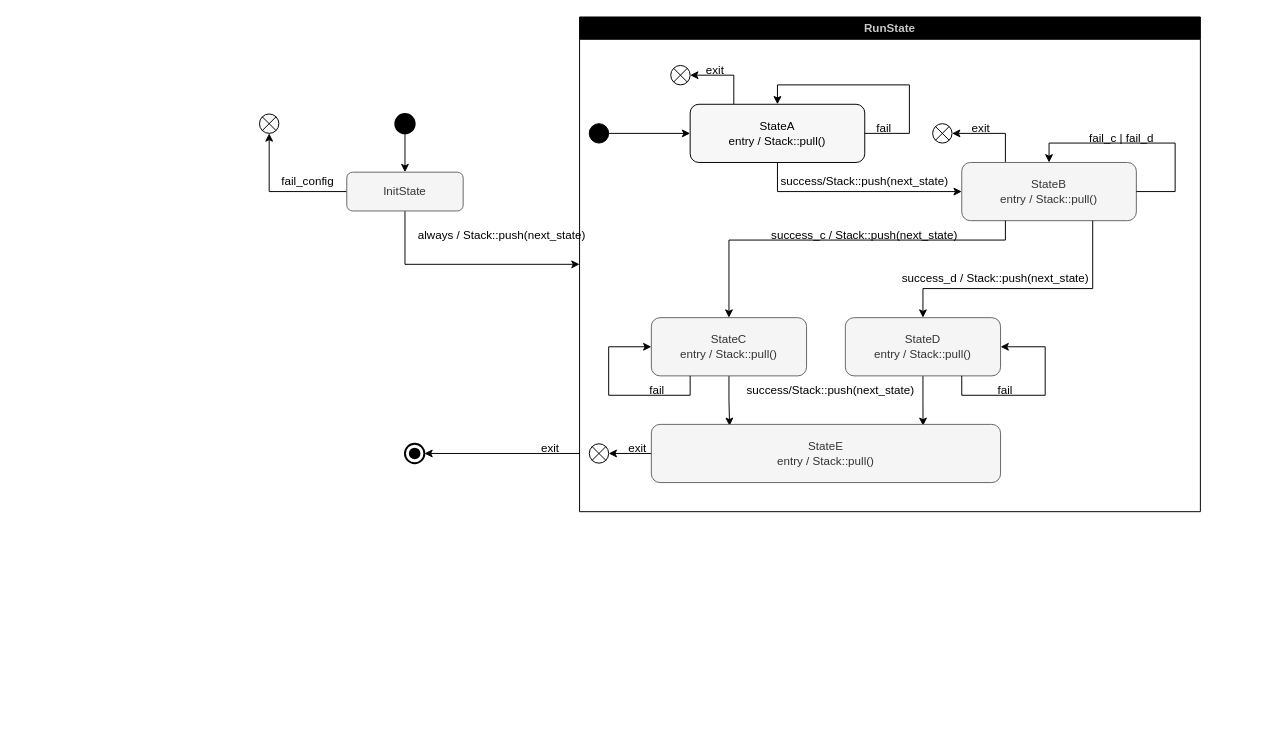
Before: Untitled Diagram.drawio in Mazurovskyi/diagrams, a draw.io diagram. Source tidied: cells renumbered, new cells numbered last; positions are measured from the earlier drawing's top-left corner, leaving out a move shared by most shapes. Both pictures are drawn from the tidied source at 97%, with x=0, y=0 at pixel (240, 16).
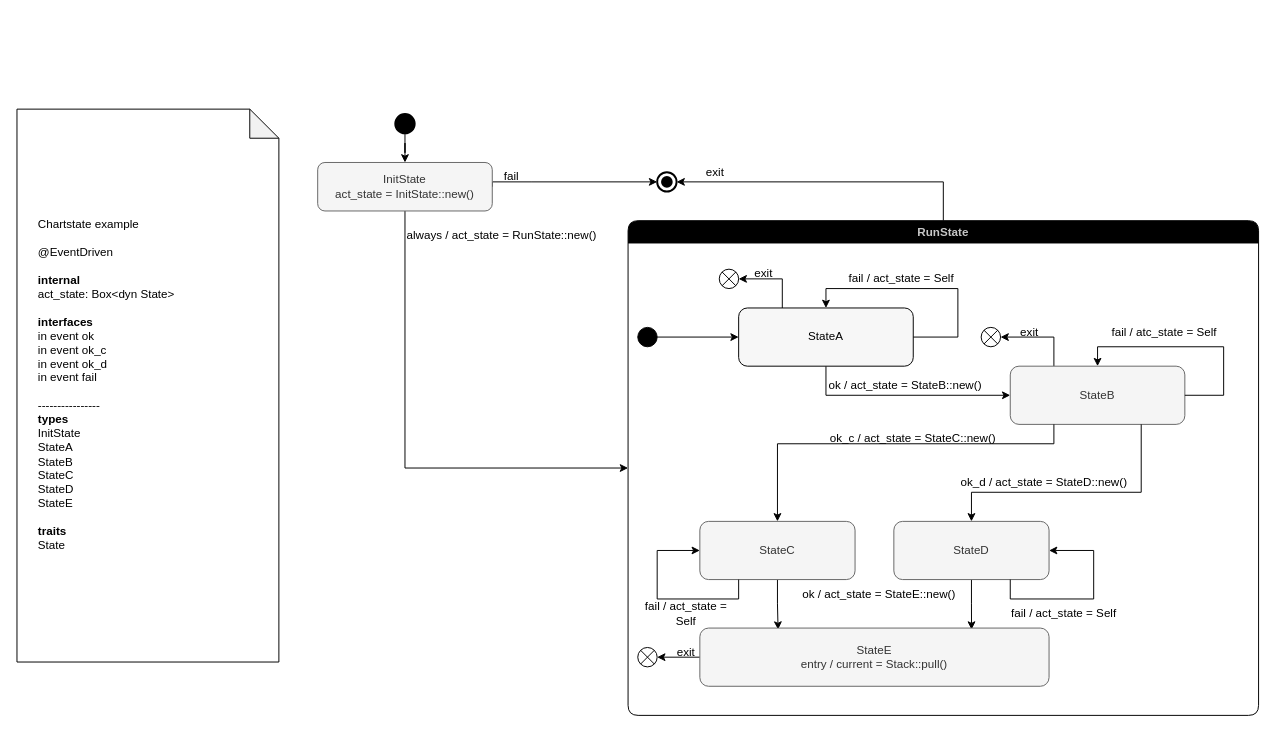
Above is the later version.

Diff of the diagram source:
```diff
@@
-    <mxCell id="2" style="edgeStyle=orthogonalEdgeStyle;rounded=0;jettySize=auto;html=1;exitX=0;exitY=0.5;exitDx=0;exitDy=0;entryX=0.5;entryY=1;entryDx=0;entryDy=0;entryPerimeter=0;fontColor=#000000;" parent="1" edge="1" source="4" target="42">
+    <mxCell id="2" style="edgeStyle=orthogonalEdgeStyle;rounded=0;jettySize=auto;html=1;exitX=1;exitY=0.5;exitDx=0;exitDy=0;entryX=0;entryY=0.5;entryDx=0;entryDy=0;entryPerimeter=0;fontColor=#000000;" parent="1" edge="1" source="4" target="45">
       <mxGeometry relative="1" as="geometry">
         <Array as="points">
-          <mxPoint x="30" y="180" />
+          <mxPoint x="300" y="170" />
+          <mxPoint x="300" y="170" />
         </Array>
       </mxGeometry>
     </mxCell>
@@
-    <mxCell id="4" value="InitState" style="rounded=1;whiteSpace=wrap;html=1;fontSize=12;glass=0;strokeWidth=1;shadow=0;fillColor=#f5f5f5;fontColor=#333333;strokeColor=#666666;" parent="1" vertex="1">
-      <mxGeometry x="110" y="160" width="120" height="40" as="geometry" />
+    <mxCell id="4" value="&lt;div&gt;InitState&lt;/div&gt;&lt;div&gt;act_state = InitState::new()&lt;br&gt;&lt;/div&gt;" style="rounded=1;whiteSpace=wrap;html=1;fontSize=12;glass=0;strokeWidth=1;shadow=0;fillColor=#f5f5f5;fontColor=#333333;strokeColor=#666666;" parent="1" vertex="1">
+      <mxGeometry x="80" y="150" width="180" height="50" as="geometry" />
     </mxCell>
@@
+    <mxCell id="48" style="edgeStyle=orthogonalEdgeStyle;rounded=0;jettySize=auto;html=1;exitX=0.5;exitY=0;exitDx=0;exitDy=0;entryX=1;entryY=0.5;entryDx=0;entryDy=0;entryPerimeter=0;strokeColor=default;fontColor=#000000;startArrow=none;startFill=0;endArrow=classic;endFill=1;" parent="1" edge="1" source="7" target="45">
+      <mxGeometry relative="1" as="geometry" />
+    </mxCell>
-    <mxCell id="7" value="&lt;font color=&quot;#C7C7C7&quot;&gt;RunState&lt;/font&gt;" style="swimlane;whiteSpace=wrap;html=1;fillColor=#000000;" parent="1" vertex="1">
-      <mxGeometry x="350" width="640" height="510" as="geometry" />
+    <mxCell id="7" value="&lt;font color=&quot;#C7C7C7&quot;&gt;RunState&lt;/font&gt;" style="swimlane;whiteSpace=wrap;html=1;fillColor=#000000;rounded=1;" parent="1" vertex="1">
+      <mxGeometry x="400" y="210" width="650" height="510" as="geometry" />
     </mxCell>
@@
-    <mxCell id="10" value="&lt;div&gt;StateA&lt;/div&gt;&lt;div&gt;entry / Stack::pull()&lt;/div&gt;" style="whiteSpace=wrap;html=1;fontColor=#000000;fillColor=#F7F7F7;rounded=1;" parent="7" vertex="1">
+    <mxCell id="10" value="&lt;div&gt;StateA&lt;/div&gt;" style="whiteSpace=wrap;html=1;fontColor=#000000;fillColor=#F7F7F7;rounded=1;" parent="7" vertex="1">
       <mxGeometry x="114" y="90" width="180" height="60" as="geometry" />
     </mxCell>
@@
-    <mxCell id="13" value="success/Stack::push(next_state)" style="text;strokeColor=none;align=center;fillColor=none;html=1;verticalAlign=middle;whiteSpace=wrap;rounded=0;fontColor=#000000;" parent="7" vertex="1">
-      <mxGeometry x="224" y="150" width="140" height="40" as="geometry" />
+    <mxCell id="13" value="ok / act_state = StateB::new()" style="text;strokeColor=none;align=center;fillColor=none;html=1;verticalAlign=middle;whiteSpace=wrap;rounded=0;fontColor=#000000;" parent="7" vertex="1">
+      <mxGeometry x="187.9" y="150" width="196" height="40" as="geometry" />
     </mxCell>
@@
-    <mxCell id="15" value="fail" style="text;strokeColor=none;align=center;fillColor=none;html=1;verticalAlign=middle;whiteSpace=wrap;rounded=0;fontColor=#000000;" parent="7" vertex="1">
-      <mxGeometry x="284" y="100" width="60" height="30" as="geometry" />
+    <mxCell id="15" value="fail / act_state = Self" style="text;strokeColor=none;align=center;fillColor=none;html=1;verticalAlign=middle;whiteSpace=wrap;rounded=0;fontColor=#000000;" parent="7" vertex="1">
+      <mxGeometry x="224" y="45" width="116" height="30" as="geometry" />
     </mxCell>
@@
-    <mxCell id="17" value="&lt;div&gt;StateD&lt;/div&gt;&lt;div&gt;entry / Stack::pull()&lt;br&gt;&lt;/div&gt;" style="whiteSpace=wrap;html=1;rounded=1;fontColor=#333333;fillColor=#f5f5f5;strokeColor=#666666;" parent="7" vertex="1">
+    <mxCell id="17" value="&lt;div&gt;StateD&lt;/div&gt;" style="whiteSpace=wrap;html=1;rounded=1;fontColor=#333333;fillColor=#f5f5f5;strokeColor=#666666;" parent="7" vertex="1">
       <mxGeometry x="274" y="310" width="160" height="60" as="geometry" />
     </mxCell>
@@
-    <mxCell id="19" value="&lt;div&gt;StateC&lt;/div&gt;&lt;div&gt;entry / Stack::pull()&lt;br&gt;&lt;/div&gt;" style="whiteSpace=wrap;html=1;rounded=1;fontColor=#333333;fillColor=#f5f5f5;strokeColor=#666666;" parent="7" vertex="1">
+    <mxCell id="19" value="&lt;div&gt;StateC&lt;/div&gt;" style="whiteSpace=wrap;html=1;rounded=1;fontColor=#333333;fillColor=#f5f5f5;strokeColor=#666666;" parent="7" vertex="1">
       <mxGeometry x="74" y="310" width="160" height="60" as="geometry" />
     </mxCell>
-    <mxCell id="20" value="success_c / Stack::push(next_state)" style="text;strokeColor=none;align=center;fillColor=none;html=1;verticalAlign=middle;whiteSpace=wrap;rounded=0;fontColor=#000000;" parent="7" vertex="1">
+    <mxCell id="20" value="ok_c / act_state = StateC::new()" style="text;strokeColor=none;align=center;fillColor=none;html=1;verticalAlign=middle;whiteSpace=wrap;rounded=0;fontColor=#000000;" parent="7" vertex="1">
       <mxGeometry x="179" y="210" width="230" height="30" as="geometry" />
     </mxCell>
@@
-    <mxCell id="22" value="&lt;div&gt;StateB&lt;/div&gt;&lt;div&gt;entry / Stack::pull()&lt;/div&gt;" style="whiteSpace=wrap;html=1;rounded=1;fontColor=#333333;fillColor=#f5f5f5;strokeColor=#666666;" parent="7" vertex="1">
+    <mxCell id="22" value="&lt;div&gt;StateB&lt;/div&gt;" style="whiteSpace=wrap;html=1;rounded=1;fontColor=#333333;fillColor=#f5f5f5;strokeColor=#666666;" parent="7" vertex="1">
       <mxGeometry x="394" y="150" width="180" height="60" as="geometry" />
     </mxCell>
@@
-    <mxCell id="25" value="success_d / Stack::push(next_state)" style="text;strokeColor=none;align=center;fillColor=none;html=1;verticalAlign=middle;whiteSpace=wrap;rounded=0;fontColor=#000000;" parent="7" vertex="1">
+    <mxCell id="25" value="ok_d / act_state = StateD::new()" style="text;strokeColor=none;align=center;fillColor=none;html=1;verticalAlign=middle;whiteSpace=wrap;rounded=0;fontColor=#000000;" parent="7" vertex="1">
       <mxGeometry x="314" y="255" width="230" height="30" as="geometry" />
     </mxCell>
@@
-    <mxCell id="27" value="fail_c | fail_d" style="text;strokeColor=none;align=center;fillColor=none;html=1;verticalAlign=middle;whiteSpace=wrap;rounded=0;fontColor=#000000;" parent="7" vertex="1">
-      <mxGeometry x="504" y="110" width="110" height="30" as="geometry" />
+    <mxCell id="27" value="fail / atc_state = Self" style="text;strokeColor=none;align=center;fillColor=none;html=1;verticalAlign=middle;whiteSpace=wrap;rounded=0;fontColor=#000000;" parent="7" vertex="1">
+      <mxGeometry x="460" y="100" width="186" height="30" as="geometry" />
     </mxCell>
@@
-    <mxCell id="29" value="&lt;div&gt;StateE&lt;/div&gt;&lt;div&gt;entry / Stack::pull()&lt;br&gt;&lt;/div&gt;" style="whiteSpace=wrap;html=1;rounded=1;fontColor=#333333;fillColor=#f5f5f5;strokeColor=#666666;" parent="7" vertex="1">
+    <mxCell id="29" value="&lt;div&gt;StateE&lt;/div&gt;&lt;div&gt;entry / current = Stack::pull()&lt;br&gt;&lt;/div&gt;" style="whiteSpace=wrap;html=1;rounded=1;fontColor=#333333;fillColor=#f5f5f5;strokeColor=#666666;" parent="7" vertex="1">
       <mxGeometry x="74" y="420" width="360" height="60" as="geometry" />
     </mxCell>
-    <mxCell id="30" value="success/Stack::push(next_state)" style="text;strokeColor=none;align=center;fillColor=none;html=1;verticalAlign=middle;whiteSpace=wrap;rounded=0;fontColor=#000000;" parent="7" vertex="1">
+    <mxCell id="30" value="ok / act_state = StateE::new()" style="text;strokeColor=none;align=center;fillColor=none;html=1;verticalAlign=middle;whiteSpace=wrap;rounded=0;fontColor=#000000;" parent="7" vertex="1">
       <mxGeometry x="154" y="370" width="210" height="30" as="geometry" />
     </mxCell>
@@
-    <mxCell id="32" value="fail" style="text;strokeColor=none;align=center;fillColor=none;html=1;verticalAlign=middle;whiteSpace=wrap;rounded=0;fontColor=#000000;" parent="7" vertex="1">
-      <mxGeometry x="409" y="370" width="60" height="30" as="geometry" />
+    <mxCell id="32" value="fail / act_state = Self" style="text;strokeColor=none;align=center;fillColor=none;html=1;verticalAlign=middle;whiteSpace=wrap;rounded=0;fontColor=#000000;" parent="7" vertex="1">
+      <mxGeometry x="394" y="390" width="111" height="30" as="geometry" />
     </mxCell>
@@
-    <mxCell id="34" value="fail" style="text;strokeColor=none;align=center;fillColor=none;html=1;verticalAlign=middle;whiteSpace=wrap;rounded=0;fontColor=#000000;" parent="7" vertex="1">
-      <mxGeometry x="50" y="370" width="60" height="30" as="geometry" />
+    <mxCell id="34" value="fail / act_state = Self" style="text;strokeColor=none;align=center;fillColor=none;html=1;verticalAlign=middle;whiteSpace=wrap;rounded=0;fontColor=#000000;" parent="7" vertex="1">
+      <mxGeometry x="5" y="390" width="110" height="30" as="geometry" />
     </mxCell>
@@
-    <mxCell id="41" value="&lt;font color=&quot;#000000&quot;&gt;always / Stack::push(next_state)&lt;br&gt;&lt;/font&gt;" style="text;html=1;strokeColor=none;fillColor=none;align=center;verticalAlign=middle;whiteSpace=wrap;rounded=0;fontColor=#C7C7C7;" parent="1" vertex="1">
+    <mxCell id="41" value="&lt;font color=&quot;#000000&quot;&gt;always / act_state = RunState::new()&lt;br&gt;&lt;/font&gt;" style="text;html=1;strokeColor=none;fillColor=none;align=center;verticalAlign=middle;whiteSpace=wrap;rounded=0;fontColor=#C7C7C7;" parent="1" vertex="1">
       <mxGeometry x="170" y="210" width="200" height="30" as="geometry" />
     </mxCell>
-    <mxCell id="42" style="verticalLabelPosition=bottom;verticalAlign=top;html=1;shape=mxgraph.flowchart.or;rounded=1;fontColor=#000000;fillColor=#F7F7F7;" parent="1" vertex="1">
-      <mxGeometry x="20" y="100" width="20" height="20" as="geometry" />
-    </mxCell>
-    <mxCell id="43" value="fail_config" style="text;html=1;strokeColor=none;fillColor=none;align=center;verticalAlign=middle;whiteSpace=wrap;rounded=0;fontColor=#000000;" parent="1" vertex="1">
-      <mxGeometry y="160" width="140" height="20" as="geometry" />
+    <mxCell id="43" value="fail" style="text;html=1;strokeColor=none;fillColor=none;align=center;verticalAlign=middle;whiteSpace=wrap;rounded=0;fontColor=#000000;" parent="1" vertex="1">
+      <mxGeometry x="250" y="155" width="60" height="20" as="geometry" />
     </mxCell>
     <mxCell id="44" style="strokeWidth=2;html=1;shape=mxgraph.flowchart.start_2;whiteSpace=wrap;fillColor=#000000;" parent="1" vertex="1">
-      <mxGeometry x="175" y="445" width="10" height="10" as="geometry" />
+      <mxGeometry x="435" y="165" width="10" height="10" as="geometry" />
     </mxCell>
     <mxCell id="45" style="strokeWidth=2;html=1;shape=mxgraph.flowchart.start_2;whiteSpace=wrap;fillColor=none;" parent="1" vertex="1">
-      <mxGeometry x="170" y="440" width="20" height="20" as="geometry" />
+      <mxGeometry x="430" y="160" width="20" height="20" as="geometry" />
     </mxCell>
-    <mxCell id="46" style="endArrow=classic;html=1;rounded=0;strokeColor=default;fontColor=#000000;entryX=1;entryY=0.5;entryDx=0;entryDy=0;entryPerimeter=0;" parent="1" edge="1" target="45">
-      <mxGeometry relative="1" as="geometry">
-        <mxPoint x="350" y="450" as="sourcePoint" />
-      </mxGeometry>
-    </mxCell>
     <mxCell id="47" value="exit" style="text;strokeColor=none;align=center;fillColor=none;html=1;verticalAlign=middle;whiteSpace=wrap;rounded=0;fontColor=#000000;" parent="1" vertex="1">
-      <mxGeometry x="290" y="430" width="60" height="30" as="geometry" />
+      <mxGeometry x="460" y="145" width="60" height="30" as="geometry" />
     </mxCell>
+    <mxCell id="49" value="&lt;br&gt;&lt;div&gt;&lt;br&gt;&lt;/div&gt;&lt;div&gt;&lt;br&gt;&lt;/div&gt;" style="shape=note;whiteSpace=wrap;html=1;backgroundOutline=1;darkOpacity=0.05;rounded=1;fontColor=#000000;fillColor=none;verticalAlign=top;" parent="1" vertex="1">
+      <mxGeometry x="-230" y="95" width="270" height="570" as="geometry" />
+    </mxCell>
+    <mxCell id="50" value="&lt;div&gt;Chartstate example&lt;/div&gt;&lt;div&gt;&lt;br&gt;&lt;/div&gt;&lt;div&gt;@EventDriven&lt;/div&gt;&lt;div&gt;&lt;br&gt;&lt;/div&gt;&lt;div&gt;&lt;b&gt;internal&lt;/b&gt;&lt;/div&gt;&lt;div&gt;act_state: Box&amp;lt;dyn State&amp;gt;&lt;br&gt;&lt;/div&gt;&lt;div&gt;&lt;br&gt;&lt;/div&gt;&lt;div align=&quot;left&quot;&gt;&lt;b&gt;interfaces&lt;/b&gt;&lt;/div&gt;&lt;div align=&quot;left&quot;&gt;in event ok&lt;/div&gt;&lt;div align=&quot;left&quot;&gt;in event ok_c&lt;/div&gt;&lt;div align=&quot;left&quot;&gt;in event ok_d&lt;br&gt;&lt;/div&gt;&lt;div align=&quot;left&quot;&gt;in event fail&lt;/div&gt;&lt;div align=&quot;left&quot;&gt;&lt;br&gt;&lt;/div&gt;&lt;div align=&quot;left&quot;&gt;----------------&lt;br&gt;&lt;/div&gt;&lt;div align=&quot;left&quot;&gt;&lt;b&gt;types&lt;/b&gt;&lt;/div&gt;&lt;div align=&quot;left&quot;&gt;InitState&lt;br&gt;&lt;/div&gt;&lt;div align=&quot;left&quot;&gt;StateA&lt;/div&gt;&lt;div align=&quot;left&quot;&gt;StateB&lt;/div&gt;&lt;div align=&quot;left&quot;&gt;StateC&lt;/div&gt;&lt;div align=&quot;left&quot;&gt;StateD&lt;/div&gt;&lt;div align=&quot;left&quot;&gt;StateE&lt;/div&gt;&lt;div align=&quot;left&quot;&gt;&lt;br&gt;&lt;/div&gt;&lt;div align=&quot;left&quot;&gt;&lt;b&gt;traits&lt;/b&gt;&lt;/div&gt;&lt;div align=&quot;left&quot;&gt;State&lt;br&gt;&lt;/div&gt;" style="text;whiteSpace=wrap;html=1;fontColor=#000000;" parent="1" vertex="1">
+      <mxGeometry x="-210" y="200" width="200" height="430" as="geometry" />
+    </mxCell>
```
